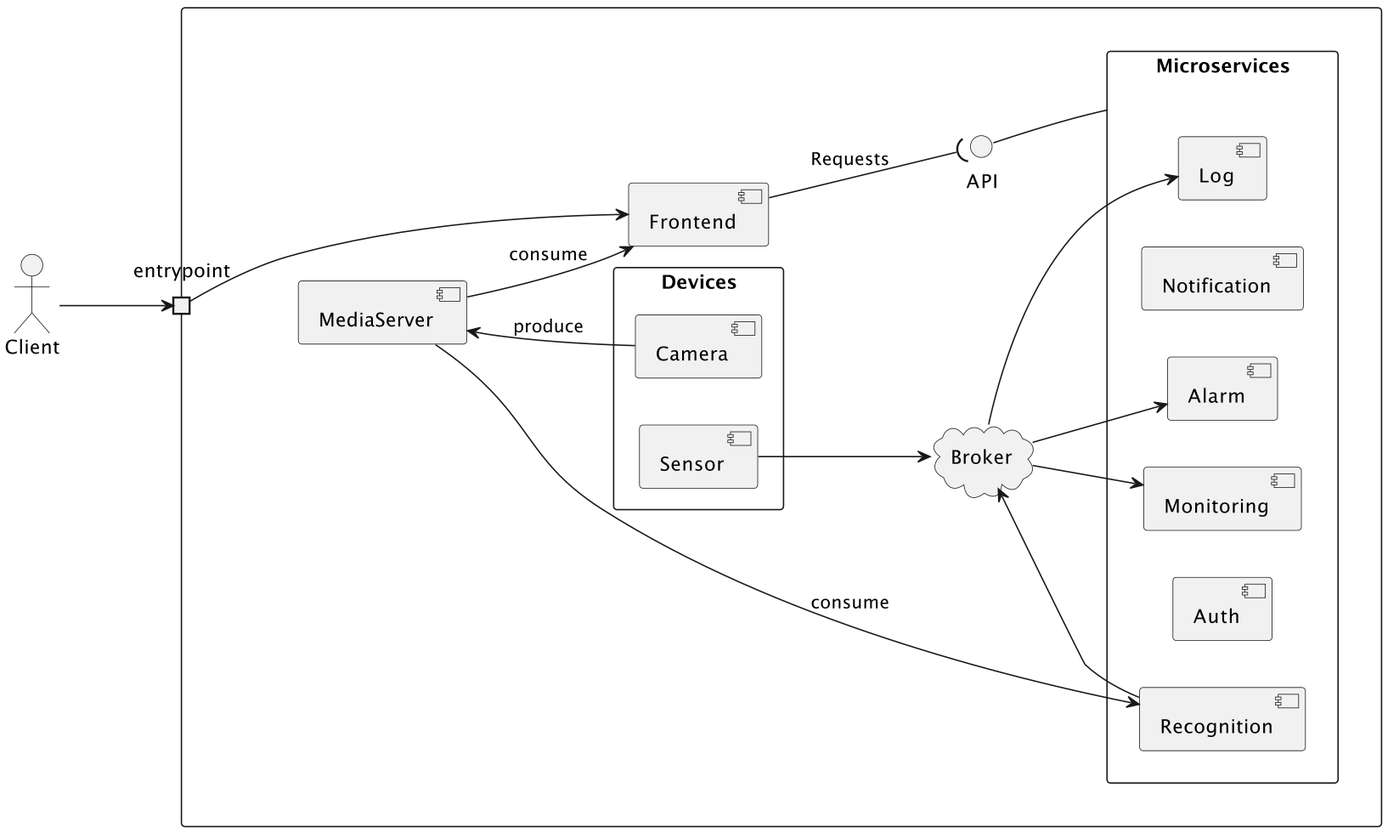
revue-org/revue keeps this PlantUML diagram as docs/ds-report/img/architecture.png. Above is the earlier version. Its source is kept beside it as docs/uml/system/Architecture.puml. The source it was exported from:
```plantuml
@startuml

left to right direction

rectangle {
    portin entrypoint

cloud Broker

rectangle Microservices {
    component Monitoring
    component Auth
    component Alarm
    component Log

    component Notification
    component Recognition

}
component MediaServer
component Frontend
rectangle "Devices" {
    component Sensor
    component Camera
}
interface API
Microservices -up- API
Frontend --( API : Requests


Broker <-- Recognition
Broker --> Monitoring
Broker --> Log
Broker --> Alarm
Broker <-up- Sensor

MediaServer <-- Camera : produce
MediaServer --> Frontend: consume
MediaServer --> Recognition: consume
}

actor Client
Client --> entrypoint
entrypoint --> Frontend


@enduml
```
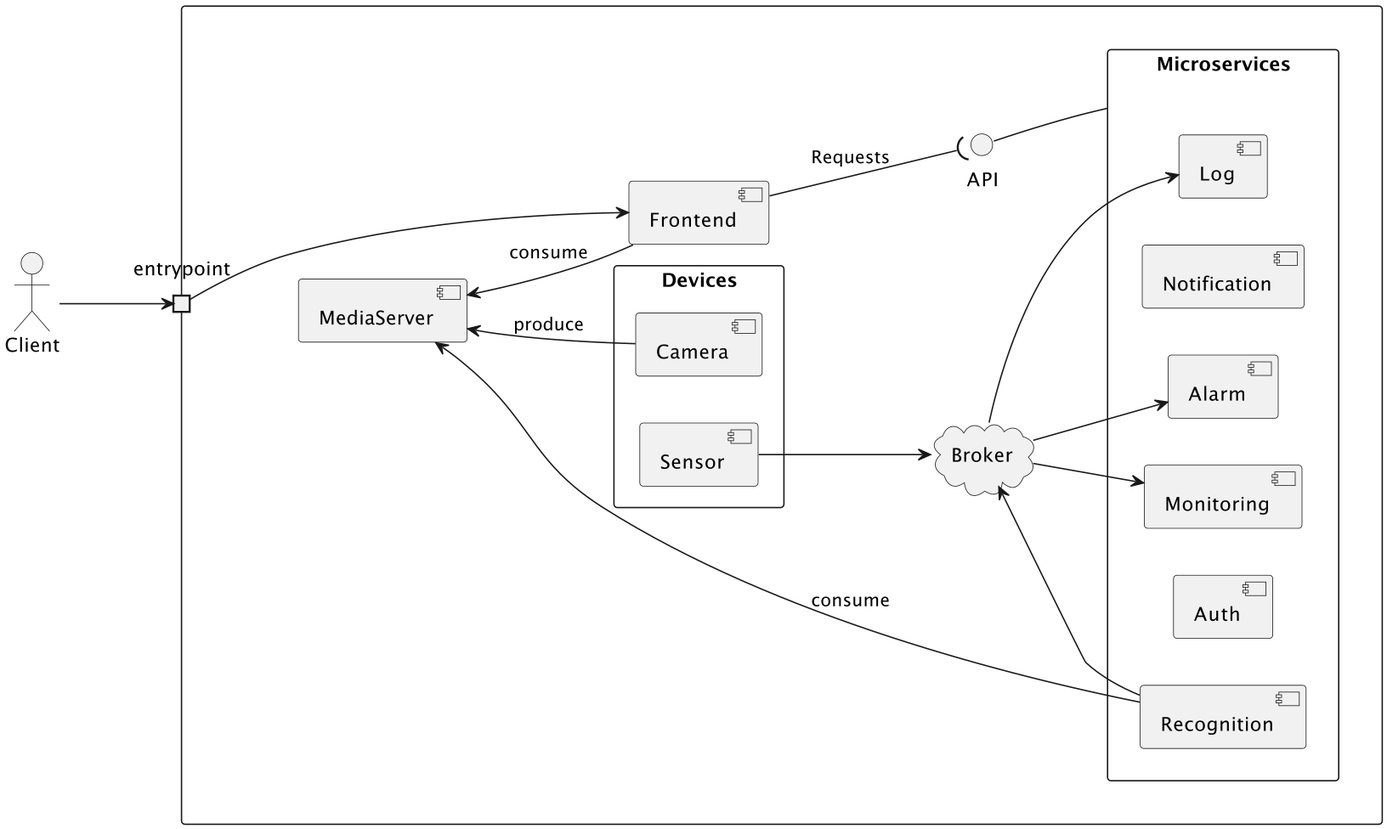
After the commit.

What changed in the source:
```diff
@@ -35,8 +35,8 @@
 Broker <-up- Sensor
 
 MediaServer <-- Camera : produce
-MediaServer --> Frontend: consume
-MediaServer --> Recognition: consume
+MediaServer <-- Frontend: consume
+MediaServer <-- Recognition: consume
 }
 
 actor Client
```
